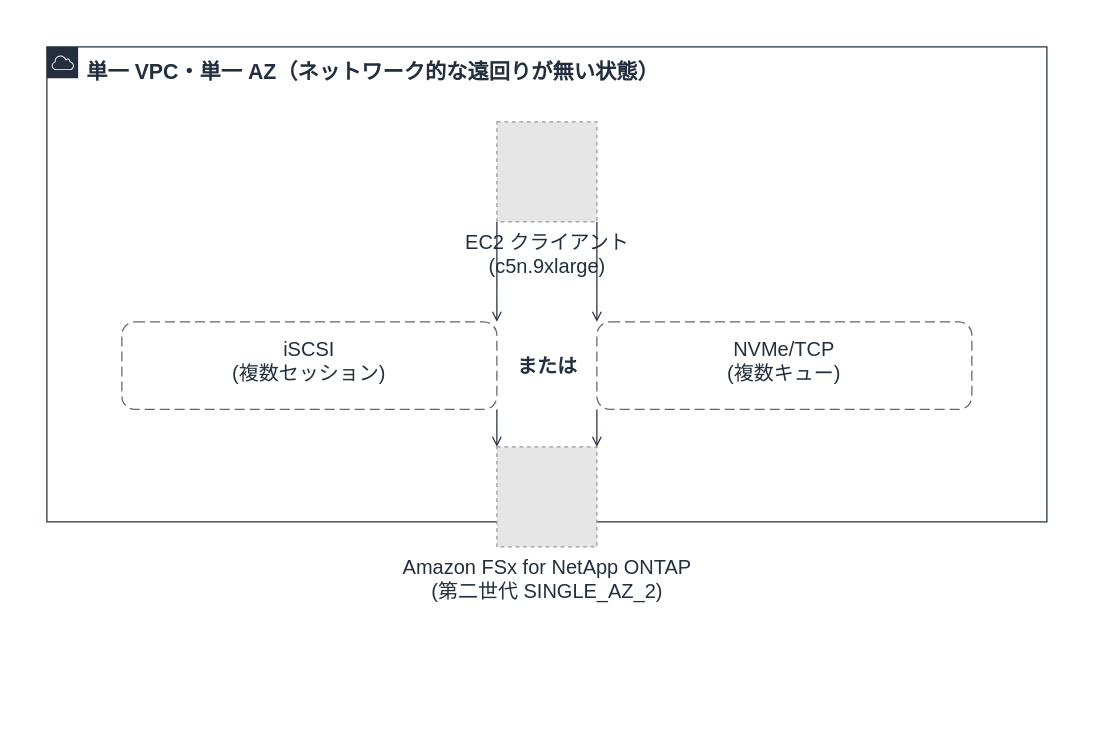
This is docs/_assets/diagrams/s3burst-block-a-sessions.drawio from Yoshiki0705/S3-Burst-on-ONTAP-Files, a draw.io file, before an edit. Source tidied: cells renumbered, new cells numbered last; positions are measured from the earlier drawing's top-left corner, leaving out a move shared by most shapes. Both pictures are drawn from the tidied source at 125%, with x=0, y=0 at pixel (46, 46). Pictures stored in the file or linked from it are replaced by grey dashed boxes.
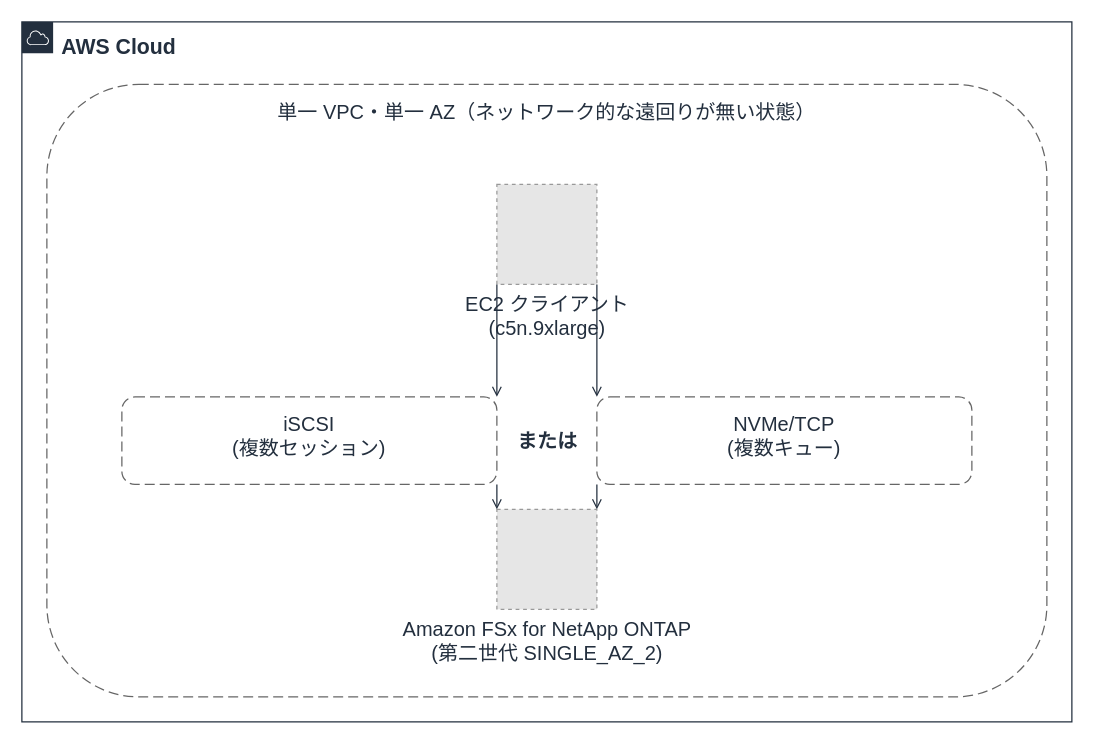
The same page after the edit.

Diff of the diagram source:
```diff
@@
 <mxGraphModel>
   <root>
     <mxCell id="0" />
     <mxCell id="1" parent="0" />
+    <mxCell id="12" value="AWS Cloud" style="gradientColor=none;html=1;whiteSpace=wrap;fontSize=17;fontStyle=1;fontColor=#232F3E;shape=mxgraph.aws4.group;grIcon=mxgraph.aws4.group_aws_cloud;strokeColor=#232F3E;fillColor=none;verticalAlign=top;align=left;spacingLeft=30;spacingTop=4;dashed=0;" parent="1" vertex="1">
+      <mxGeometry x="-20" y="-20" width="840" height="560" as="geometry" />
+    </mxCell>
-    <mxCell id="2" value="単一 VPC・単一 AZ（ネットワーク的な遠回りが無い状態）" style="gradientColor=none;html=1;whiteSpace=wrap;fontSize=17;fontStyle=1;fontColor=#232F3E;shape=mxgraph.aws4.group;grIcon=mxgraph.aws4.group_aws_cloud;strokeColor=#232F3E;fillColor=none;verticalAlign=top;align=left;spacingLeft=30;spacingTop=4;dashed=0;" parent="1" vertex="1">
-      <mxGeometry width="800" height="380" as="geometry" />
+    <mxCell id="2" value="単一 VPC・単一 AZ（ネットワーク的な遠回りが無い状態）" style="rounded=1;whiteSpace=wrap;html=1;dashed=1;dashPattern=8 4;strokeColor=#666666;fillColor=none;fontColor=#232F3E;fontSize=16;verticalAlign=top;align=center;spacingTop=6;" parent="1" vertex="1">
+      <mxGeometry y="30" width="800" height="490" as="geometry" />
     </mxCell>
     <mxCell id="3" value="iSCSI&#10;(複数セッション)" style="rounded=1;whiteSpace=wrap;html=1;dashed=1;dashPattern=8 4;strokeColor=#666666;fillColor=none;fontColor=#232F3E;fontSize=16;verticalAlign=top;align=center;spacingTop=6;" parent="1" vertex="1">
-      <mxGeometry x="60" y="220" width="300" height="70" as="geometry" />
+      <mxGeometry x="60" y="280" width="300" height="70" as="geometry" />
     </mxCell>
     <mxCell id="4" value="NVMe/TCP&#10;(複数キュー)" style="rounded=1;whiteSpace=wrap;html=1;dashed=1;dashPattern=8 4;strokeColor=#666666;fillColor=none;fontColor=#232F3E;fontSize=16;verticalAlign=top;align=center;spacingTop=6;" parent="1" vertex="1">
-      <mxGeometry x="440" y="220" width="300" height="70" as="geometry" />
+      <mxGeometry x="440" y="280" width="300" height="70" as="geometry" />
     </mxCell>
     <mxCell id="5" value="または" style="text;html=1;strokeColor=none;fillColor=none;align=center;verticalAlign=middle;fontSize=16;fontStyle=1;fontColor=#232F3E;" parent="1" vertex="1">
-      <mxGeometry x="370" y="245" width="60" height="20" as="geometry" />
+      <mxGeometry x="370" y="305" width="60" height="20" as="geometry" />
     </mxCell>
     <mxCell id="6" value="EC2 クライアント&#10;(c5n.9xlarge)" style="fillColor=#E6E6E6;strokeColor=#999999;dashed=1;html=1;verticalLabelPosition=bottom;verticalAlign=top;labelPosition=center;align=center;fontSize=16;fontColor=#232F3E;" parent="1" vertex="1">
-      <mxGeometry x="360" y="60" width="80" height="80" as="geometry" />
+      <mxGeometry x="360" y="110" width="80" height="80" as="geometry" />
     </mxCell>
     <mxCell id="7" value="Amazon FSx for NetApp ONTAP&#10;(第二世代 SINGLE_AZ_2)" style="fillColor=#E6E6E6;strokeColor=#999999;dashed=1;html=1;verticalLabelPosition=bottom;verticalAlign=top;labelPosition=center;align=center;fontSize=16;fontColor=#232F3E;" parent="1" vertex="1">
-      <mxGeometry x="360" y="320" width="80" height="80" as="geometry" />
+      <mxGeometry x="360" y="370" width="80" height="80" as="geometry" />
     </mxCell>
     <mxCell id="8" style="edgeStyle=orthogonalEdgeStyle;rounded=0;html=1;endArrow=open;endFill=0;strokeColor=#232F3E;strokeWidth=1;fontSize=16;fontColor=#232F3E;exitX=0.0;exitY=1.0;exitDx=0;exitDy=0;entryX=1.0;entryY=0.0;entryDx=0;entryDy=0;" parent="1" edge="1" source="6" target="3">
       <mxGeometry relative="1" as="geometry" />
     </mxCell>
     <mxCell id="9" style="edgeStyle=orthogonalEdgeStyle;rounded=0;html=1;endArrow=open;endFill=0;strokeColor=#232F3E;strokeWidth=1;fontSize=16;fontColor=#232F3E;exitX=1.0;exitY=1.0;exitDx=0;exitDy=0;entryX=0.0;entryY=0.0;entryDx=0;entryDy=0;" parent="1" edge="1" source="6" target="4">
       <mxGeometry relative="1" as="geometry" />
     </mxCell>
     <mxCell id="10" style="edgeStyle=orthogonalEdgeStyle;rounded=0;html=1;endArrow=open;endFill=0;strokeColor=#232F3E;strokeWidth=1;fontSize=16;fontColor=#232F3E;exitX=1.0;exitY=1.0;exitDx=0;exitDy=0;entryX=0.0;entryY=0.0;entryDx=0;entryDy=0;" parent="1" edge="1" source="3" target="7">
       <mxGeometry relative="1" as="geometry" />
     </mxCell>
     <mxCell id="11" style="edgeStyle=orthogonalEdgeStyle;rounded=0;html=1;endArrow=open;endFill=0;strokeColor=#232F3E;strokeWidth=1;fontSize=16;fontColor=#232F3E;exitX=0.0;exitY=1.0;exitDx=0;exitDy=0;entryX=1.0;entryY=0.0;entryDx=0;entryDy=0;" parent="1" edge="1" source="4" target="7">
       <mxGeometry relative="1" as="geometry" />
     </mxCell>
   </root>
 </mxGraphModel>
```
